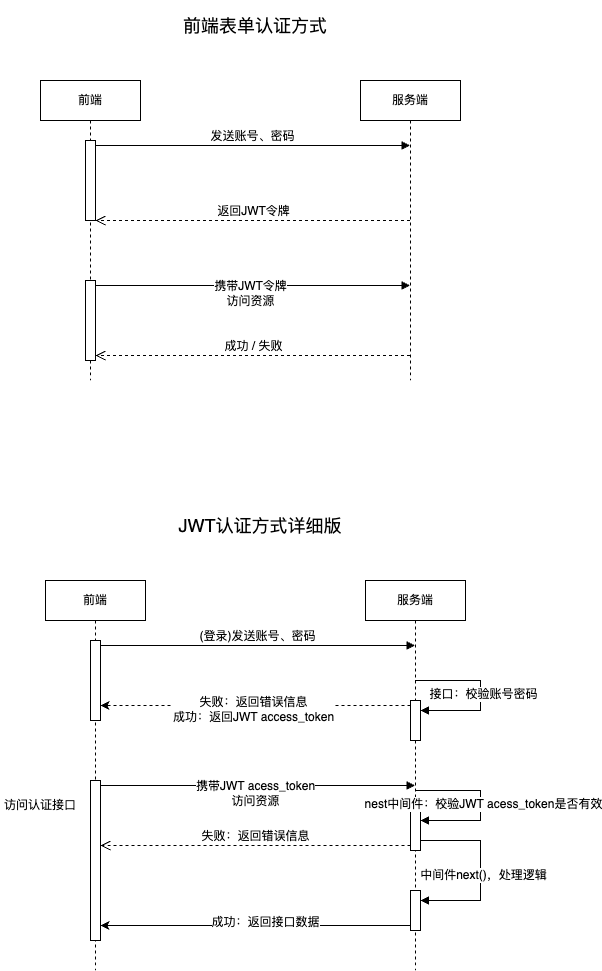
Above: Web认证方式.drawio.png in JYbill/draw (draw.io), before the change. Source tidied: cells renumbered, new cells last; positions are measured from the earlier drawing's top-left corner, leaving out a move shared by most shapes.
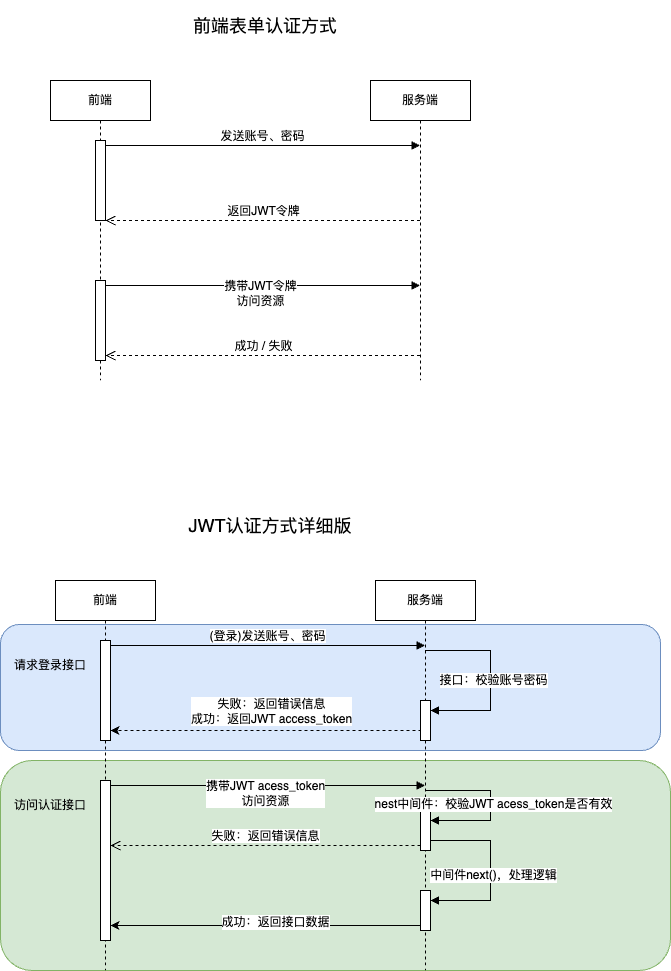
The same diagram one commit later.

Commit message:
更新Web认证方式.drawio.png

Change to the diagram source:
```diff
@@ -2,6 +2,12 @@
   <root>
     <mxCell id="0" />
     <mxCell id="1" parent="0" />
+    <mxCell id="33" style="rounded=1;whiteSpace=wrap;html=1;fillColor=#d5e8d4;strokeColor=#82b366;" parent="1" vertex="1">
+      <mxGeometry x="-10" y="760" width="670" height="210" as="geometry" />
+    </mxCell>
+    <mxCell id="34" style="rounded=1;whiteSpace=wrap;html=1;fillColor=#dae8fc;strokeColor=#6c8ebf;" parent="1" vertex="1">
+      <mxGeometry x="-10" y="624" width="660" height="126" as="geometry" />
+    </mxCell>
     <mxCell id="2" value="前端" style="shape=umlLifeline;perimeter=lifelinePerimeter;whiteSpace=wrap;html=1;newEdgeStyle={&quot;curved&quot;:0,&quot;rounded&quot;:0};" parent="1" vertex="1">
       <mxGeometry x="40" y="80" width="100" height="300" as="geometry" />
     </mxCell>
@@ -33,7 +39,7 @@
       <mxGeometry x="45" y="580" width="100" height="390" as="geometry" />
     </mxCell>
     <mxCell id="12" style="html=1;points=[[0,0,0,0,5],[0,1,0,0,-5],[1,0,0,0,5],[1,1,0,0,-5]];perimeter=orthogonalPerimeter;outlineConnect=0;targetShapes=umlLifeline;portConstraint=eastwest;newEdgeStyle={&quot;curved&quot;:0,&quot;rounded&quot;:0};" parent="11" vertex="1">
-      <mxGeometry x="45" y="60" width="10" height="80" as="geometry" />
+      <mxGeometry x="45" y="60" width="10" height="100" as="geometry" />
     </mxCell>
     <mxCell id="13" style="html=1;points=[[0,0,0,0,5],[0,1,0,0,-5],[1,0,0,0,5],[1,1,0,0,-5]];perimeter=orthogonalPerimeter;outlineConnect=0;targetShapes=umlLifeline;portConstraint=eastwest;newEdgeStyle={&quot;curved&quot;:0,&quot;rounded&quot;:0};" parent="11" vertex="1">
       <mxGeometry x="45" y="200" width="10" height="160" as="geometry" />
@@ -50,7 +56,7 @@
     <mxCell id="17" style="html=1;align=left;spacingLeft=2;endArrow=block;rounded=0;edgeStyle=orthogonalEdgeStyle;curved=0;rounded=0;" parent="15" edge="1" source="15" target="16">
       <mxGeometry relative="1" as="geometry">
         <Array as="points">
-          <mxPoint x="115" y="100" />
+          <mxPoint x="115" y="70" />
           <mxPoint x="115" y="130" />
         </Array>
       </mxGeometry>
@@ -72,13 +78,14 @@
     <mxCell id="22" style="edgeStyle=orthogonalEdgeStyle;rounded=0;jettySize=auto;html=1;curved=0;exitX=0;exitY=0;exitDx=0;exitDy=5;exitPerimeter=0;dashed=1;" parent="1" edge="1" source="16" target="12">
       <mxGeometry relative="1" as="geometry">
         <Array as="points">
-          <mxPoint x="180" y="705" />
-          <mxPoint x="180" y="705" />
+          <mxPoint x="410" y="730" />
         </Array>
       </mxGeometry>
     </mxCell>
     <mxCell id="23" value="失败：返回错误信息&lt;br&gt;成功：返回JWT access_token" style="edgeLabel;html=1;align=center;verticalAlign=middle;" parent="22" vertex="1">
-      <mxGeometry x="0.02" y="3" relative="1" as="geometry" />
+      <mxGeometry x="0.02" y="3" relative="1" as="geometry">
+        <mxPoint x="-4" y="-23" as="offset" />
+      </mxGeometry>
     </mxCell>
     <mxCell id="24" value="访问认证接口" style="text;html=1;strokeColor=none;fillColor=none;align=center;verticalAlign=middle;whiteSpace=wrap;rounded=0;" parent="1" vertex="1">
       <mxGeometry y="790" width="80" height="30" as="geometry" />
@@ -125,5 +132,8 @@
     <mxCell id="32" value="中间件next()，处理逻辑" style="edgeLabel;html=1;align=center;verticalAlign=middle;" parent="31" vertex="1">
       <mxGeometry x="0.07" y="2" relative="1" as="geometry" />
     </mxCell>
+    <mxCell id="35" value="请求登录接口" style="text;html=1;strokeColor=none;fillColor=none;align=center;verticalAlign=middle;whiteSpace=wrap;rounded=0;" parent="1" vertex="1">
+      <mxGeometry y="650" width="80" height="30" as="geometry" />
+    </mxCell>
   </root>
 </mxGraphModel>
```
